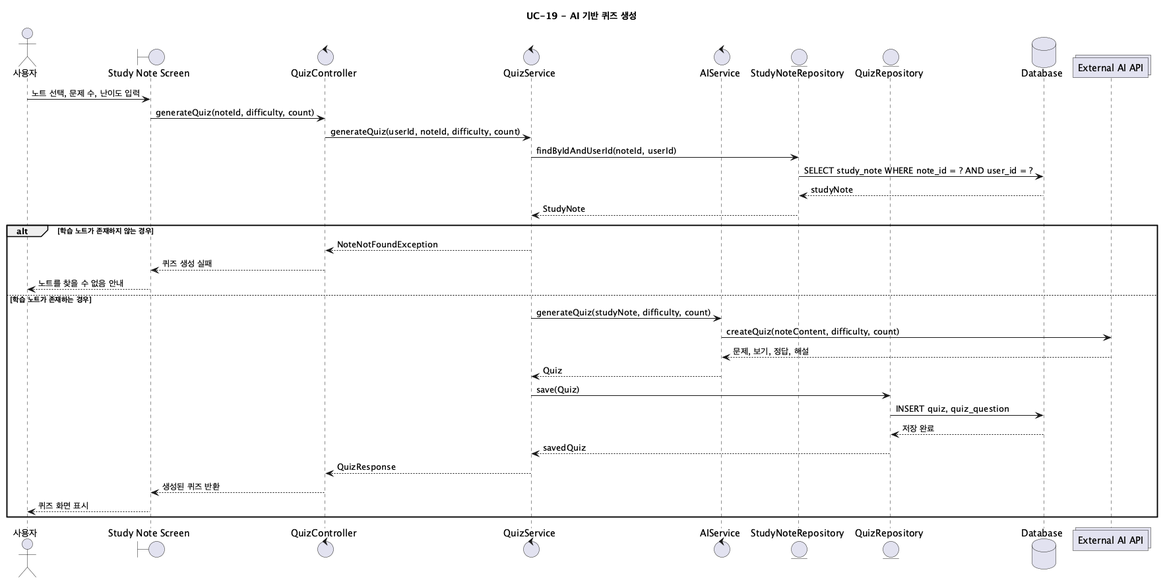
Before: screenshots/sequence-diagram/UC19_GenerateQuiz.png, a diagram exported from PlantUML (jeongiryang/SoftwareEngineering_team15_project_-Smart-Edu-Platform).
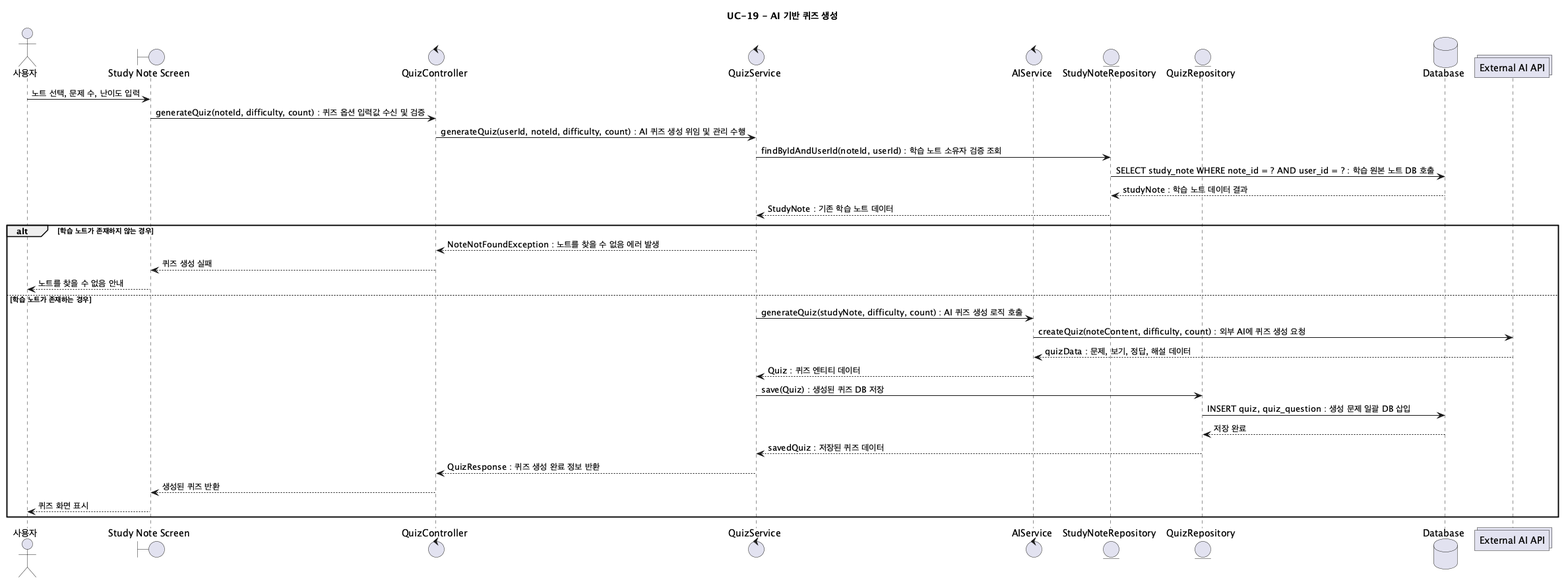
After the commit.

Change to the diagram source:
```diff
@@ -12,27 +12,27 @@
 collections "External AI API" as ExternalAI
 
 User -> UI: 노트 선택, 문제 수, 난이도 입력
-UI -> QuizController: generateQuiz(noteId, difficulty, count)
-QuizController -> QuizService: generateQuiz(userId, noteId, difficulty, count)
-QuizService -> NoteRepository: findByIdAndUserId(noteId, userId)
-NoteRepository -> DB: SELECT study_note WHERE note_id = ? AND user_id = ?
-DB --> NoteRepository: studyNote
-NoteRepository --> QuizService: StudyNote
+UI -> QuizController: generateQuiz(noteId, difficulty, count) : 퀴즈 옵션 입력값 수신 및 검증
+QuizController -> QuizService: generateQuiz(userId, noteId, difficulty, count) : AI 퀴즈 생성 위임 및 관리 수행
+QuizService -> NoteRepository: findByIdAndUserId(noteId, userId) : 학습 노트 소유자 검증 조회
+NoteRepository -> DB: SELECT study_note WHERE note_id = ? AND user_id = ? : 학습 원본 노트 DB 호출
+DB --> NoteRepository: studyNote : 학습 노트 데이터 결과
+NoteRepository --> QuizService: StudyNote : 기존 학습 노트 데이터
 
 alt 학습 노트가 존재하지 않는 경우
-  QuizService --> QuizController: NoteNotFoundException
+  QuizService --> QuizController: NoteNotFoundException : 노트를 찾을 수 없음 에러 발생
   QuizController --> UI: 퀴즈 생성 실패
   UI --> User: 노트를 찾을 수 없음 안내
 else 학습 노트가 존재하는 경우
-  QuizService -> AIService: generateQuiz(studyNote, difficulty, count)
-  AIService -> ExternalAI: createQuiz(noteContent, difficulty, count)
-  ExternalAI --> AIService: 문제, 보기, 정답, 해설
-  AIService --> QuizService: Quiz
-  QuizService -> QuizRepository: save(Quiz)
-  QuizRepository -> DB: INSERT quiz, quiz_question
+  QuizService -> AIService: generateQuiz(studyNote, difficulty, count) : AI 퀴즈 생성 로직 호출
+  AIService -> ExternalAI: createQuiz(noteContent, difficulty, count) : 외부 AI에 퀴즈 생성 요청
+  ExternalAI --> AIService: quizData : 문제, 보기, 정답, 해설 데이터
+  AIService --> QuizService: Quiz : 퀴즈 엔티티 데이터
+  QuizService -> QuizRepository: save(Quiz) : 생성된 퀴즈 DB 저장
+  QuizRepository -> DB: INSERT quiz, quiz_question : 생성 문제 일괄 DB 삽입
   DB --> QuizRepository: 저장 완료
-  QuizRepository --> QuizService: savedQuiz
-  QuizService --> QuizController: QuizResponse
+  QuizRepository --> QuizService: savedQuiz : 저장된 퀴즈 데이터
+  QuizService --> QuizController: QuizResponse : 퀴즈 생성 완료 정보 반환
   QuizController --> UI: 생성된 퀴즈 반환
   UI --> User: 퀴즈 화면 표시
 end
```
